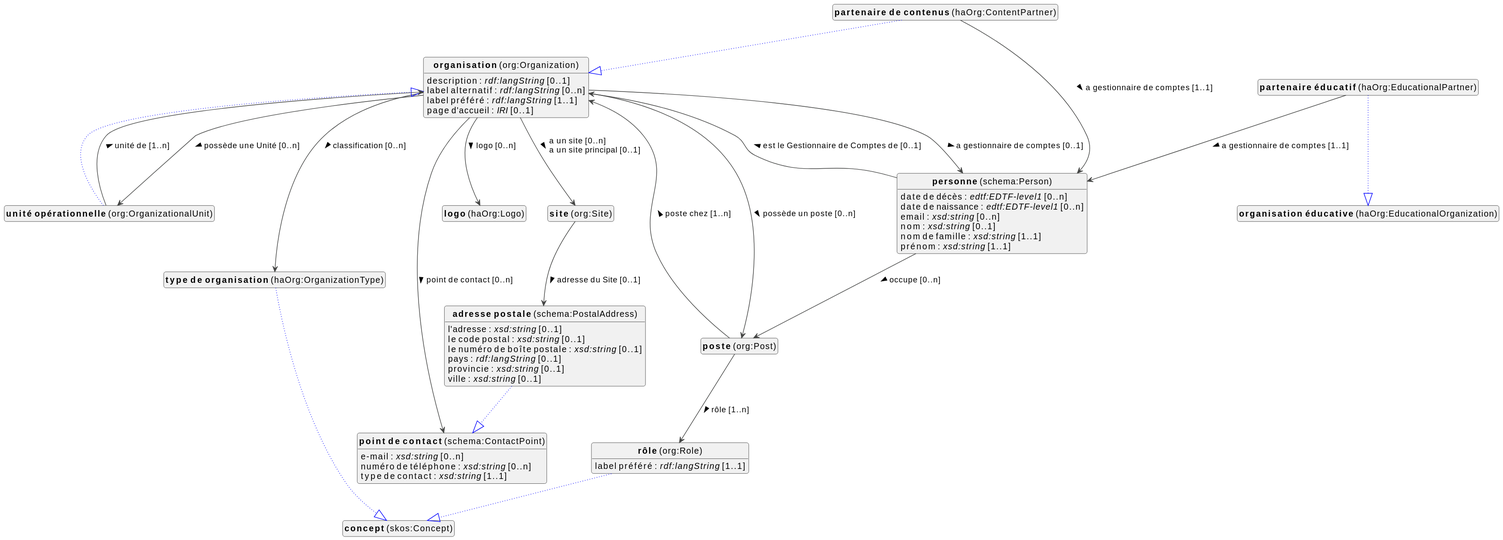
Before: docs/metadata/knowledge-graph/0.0.1/organization/fr/organization-diagram.svg, a diagram exported from PlantUML (viaacode/documentation-jekyll). Source of this version:
```plantuml
@startuml
!theme vibrant
skinparam classFontSize 14
!define LIGHTORANGE
skinparam componentStyle uml2
skinparam wrapMessageWidth 1000
skinparam wrapWidth 1000
skinparam shadowing false
skinparam ArrowMessageAlignment left
top to bottom direction


class "<b>adresse postale</b> (schema:PostalAddress)" as schema_PostalAddress [[#schema%3APostalAddress]]
class "<b>point de contact</b> (schema:ContactPoint)" as schema_ContactPoint [[#schema%3AContactPoint]]
class "<b>logo</b> (haOrg:Logo)" as haOrg_Logo [[#haOrg%3ALogo]]
class "<b>organisation</b> (org:Organization)" as org_Organization [[#org%3AOrganization]]
class "<b>partenaire de contenus</b> (haOrg:ContentPartner)" as haOrg_ContentPartner [[#haOrg%3AContentPartner]]
class "<b>organisation</b> (org:Organization)" as org_Organization [[#org%3AOrganization]]
class "<b>partenaire éducatif</b> (haOrg:EducationalPartner)" as haOrg_EducationalPartner [[#haOrg%3AEducationalPartner]]
class "<b>organisation éducative</b> (haOrg:EducationalOrganization)" as haOrg_EducationalOrganization [[#haOrg%3AEducationalOrganization]]
class "<b>personne</b> (schema:Person)" as schema_Person [[#schema%3APerson]]
class "<b>point de contact</b> (schema:ContactPoint)" as schema_ContactPoint [[#schema%3AContactPoint]]
class "<b>poste</b> (org:Post)" as org_Post [[#org%3APost]]
class "<b>rôle</b> (org:Role)" as org_Role [[#org%3ARole]]
class "<b>concept</b> (skos:Concept)" as skos_Concept [[#skos%3AConcept]]
class "<b>site</b> (org:Site)" as org_Site [[#org%3ASite]]
class "<b>type de organisation</b> (haOrg:OrganizationType)" as haOrg_OrganizationType [[#haOrg%3AOrganizationType]]
class "<b>concept</b> (skos:Concept)" as skos_Concept [[#skos%3AConcept]]
class "<b>unité opérationnelle</b> (org:OrganizationalUnit)" as org_OrganizationalUnit [[#org%3AOrganizationalUnit]]
class "<b>organisation</b> (org:Organization)" as org_Organization [[#org%3AOrganization]]

schema_PostalAddress --|> schema_ContactPoint #blue;line.dotted;text:blue

schema_PostalAddress : l'adresse : <i>xsd:string</i> [0..1]
schema_PostalAddress : le code postal : <i>xsd:string</i> [0..1]
schema_PostalAddress : le numéro de boîte postale : <i>xsd:string</i> [0..1]
schema_PostalAddress : pays : <i>rdf:langString</i> [0..1]
schema_PostalAddress : provincie : <i>xsd:string</i> [0..1]
schema_PostalAddress : ville : <i>xsd:string</i> [0..1]






org_Organization : description : <i>rdf:langString</i> [0..1]
org_Organization : label alternatif : <i>rdf:langString</i> [0..n]
org_Organization : label préféré : <i>rdf:langString</i> [1..1]
org_Organization : page d'accueil : <i>IRI</i> [0..1]

org_Organization --> haOrg_Logo :logo [0..n]  >
org_Organization --> haOrg_OrganizationType :classification [0..n]  >
org_Organization --> org_OrganizationalUnit :possède une Unité [0..n]  >
org_Organization --> org_Post :possède un poste [0..n]  >
org_Organization --> org_Site :a un site [0..n]  \la un site principal [0..1]  >

org_Organization --> schema_ContactPoint :point de contact [0..n]  >
org_Organization --> schema_Person :a gestionnaire de comptes [0..1]  >

haOrg_ContentPartner --|> org_Organization #blue;line.dotted;text:blue

haOrg_ContentPartner --> schema_Person :a gestionnaire de comptes [1..1]  >

haOrg_EducationalPartner --|> haOrg_EducationalOrganization #blue;line.dotted;text:blue

haOrg_EducationalPartner --> schema_Person :a gestionnaire de comptes [1..1]  >


schema_Person : date de décès : <i>edtf:EDTF-level1</i> [0..n]
schema_Person : date de naissance : <i>edtf:EDTF-level1</i> [0..n]
schema_Person : email : <i>xsd:string</i> [0..n]
schema_Person : nom : <i>xsd:string</i> [0..1]
schema_Person : nom de famille : <i>xsd:string</i> [1..1]
schema_Person : prénom : <i>xsd:string</i> [1..1]

schema_Person --> org_Organization :est le Gestionnaire de Comptes de [0..1]  >
schema_Person --> org_Post :occupe [0..n]  >



schema_ContactPoint : e-mail : <i>xsd:string</i> [0..n]
schema_ContactPoint : numéro de téléphone : <i>xsd:string</i> [0..n]
schema_ContactPoint : type de contact : <i>xsd:string</i> [1..1]



org_Post --> org_Organization :poste chez [1..n]  >
org_Post --> org_Role :rôle [1..n]  >

org_Role --|> skos_Concept #blue;line.dotted;text:blue

org_Role : label préféré : <i>rdf:langString</i> [1..1]



org_Site --> schema_PostalAddress :adresse du Site [0..1]  >

haOrg_OrganizationType --|> skos_Concept #blue;line.dotted;text:blue


org_OrganizationalUnit --|> org_Organization #blue;line.dotted;text:blue

org_OrganizationalUnit --> org_Organization :unité de [1..n]  >


hide circle
hide methods
hide empty members
@enduml
```
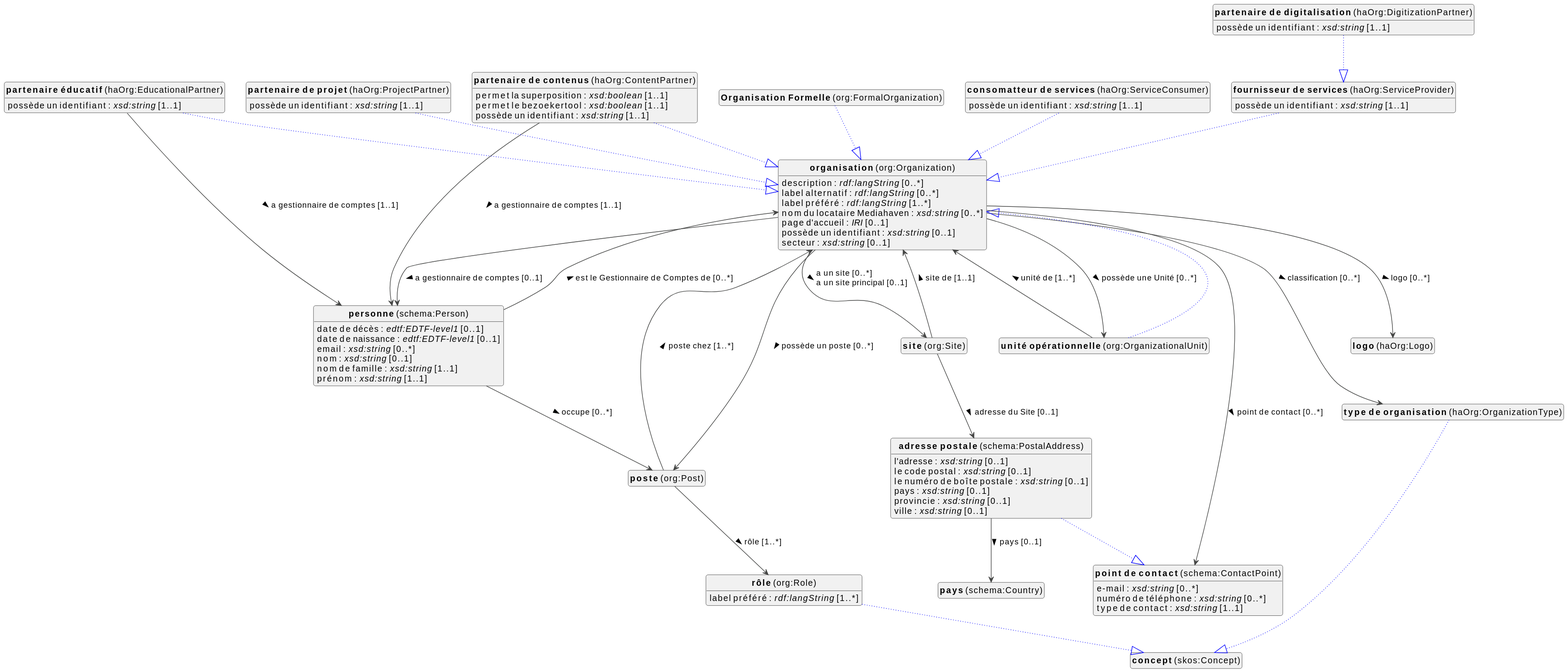
After the commit.

The edit, as a diff of the source:
```diff
@@ -10,14 +10,25 @@
 top to bottom direction
 
 
+class "<b>Organisation Formelle</b> (org:FormalOrganization)" as org_FormalOrganization [[#org%3AFormalOrganization]]
+class "<b>organisation</b> (org:Organization)" as org_Organization [[#org%3AOrganization]]
 class "<b>adresse postale</b> (schema:PostalAddress)" as schema_PostalAddress [[#schema%3APostalAddress]]
 class "<b>point de contact</b> (schema:ContactPoint)" as schema_ContactPoint [[#schema%3AContactPoint]]
+class "<b>consomatteur de services</b> (haOrg:ServiceConsumer)" as haOrg_ServiceConsumer [[#haOrg%3AServiceConsumer]]
+class "<b>organisation</b> (org:Organization)" as org_Organization [[#org%3AOrganization]]
+class "<b>fournisseur de services</b> (haOrg:ServiceProvider)" as haOrg_ServiceProvider [[#haOrg%3AServiceProvider]]
+class "<b>organisation</b> (org:Organization)" as org_Organization [[#org%3AOrganization]]
 class "<b>logo</b> (haOrg:Logo)" as haOrg_Logo [[#haOrg%3ALogo]]
 class "<b>organisation</b> (org:Organization)" as org_Organization [[#org%3AOrganization]]
 class "<b>partenaire de contenus</b> (haOrg:ContentPartner)" as haOrg_ContentPartner [[#haOrg%3AContentPartner]]
 class "<b>organisation</b> (org:Organization)" as org_Organization [[#org%3AOrganization]]
+class "<b>partenaire de digitalisation</b> (haOrg:DigitizationPartner)" as haOrg_DigitizationPartner [[#haOrg%3ADigitizationPartner]]
+class "<b>fournisseur de services</b> (haOrg:ServiceProvider)" as haOrg_ServiceProvider [[#haOrg%3AServiceProvider]]
+class "<b>partenaire de projet</b> (haOrg:ProjectPartner)" as haOrg_ProjectPartner [[#haOrg%3AProjectPartner]]
+class "<b>organisation</b> (org:Organization)" as org_Organization [[#org%3AOrganization]]
 class "<b>partenaire éducatif</b> (haOrg:EducationalPartner)" as haOrg_EducationalPartner [[#haOrg%3AEducationalPartner]]
-class "<b>organisation éducative</b> (haOrg:EducationalOrganization)" as haOrg_EducationalOrganization [[#haOrg%3AEducationalOrganization]]
+class "<b>organisation</b> (org:Organization)" as org_Organization [[#org%3AOrganization]]
+class "<b>pays</b> (schema:Country)" as schema_Country [[#schema%3ACountry]]
 class "<b>personne</b> (schema:Person)" as schema_Person [[#schema%3APerson]]
 class "<b>point de contact</b> (schema:ContactPoint)" as schema_ContactPoint [[#schema%3AContactPoint]]
 class "<b>poste</b> (org:Post)" as org_Post [[#org%3APost]]
@@ -29,70 +40,107 @@
 class "<b>unité opérationnelle</b> (org:OrganizationalUnit)" as org_OrganizationalUnit [[#org%3AOrganizationalUnit]]
 class "<b>organisation</b> (org:Organization)" as org_Organization [[#org%3AOrganization]]
 
+org_FormalOrganization --|> org_Organization #blue;line.dotted;text:blue
+
+
 schema_PostalAddress --|> schema_ContactPoint #blue;line.dotted;text:blue
 
 schema_PostalAddress : l'adresse : <i>xsd:string</i> [0..1]
 schema_PostalAddress : le code postal : <i>xsd:string</i> [0..1]
 schema_PostalAddress : le numéro de boîte postale : <i>xsd:string</i> [0..1]
-schema_PostalAddress : pays : <i>rdf:langString</i> [0..1]
+schema_PostalAddress : pays : <i>xsd:string</i> [0..1]
 schema_PostalAddress : provincie : <i>xsd:string</i> [0..1]
 schema_PostalAddress : ville : <i>xsd:string</i> [0..1]
+schema_PostalAddress --> schema_Country :pays [0..1]  >
+
+
+haOrg_ServiceConsumer --|> org_Organization #blue;line.dotted;text:blue
+
+haOrg_ServiceConsumer : possède un identifiant : <i>xsd:string</i> [1..1]
+
+
+haOrg_ServiceProvider --|> org_Organization #blue;line.dotted;text:blue
+
+haOrg_ServiceProvider : possède un identifiant : <i>xsd:string</i> [1..1]
 
 
 
 
 
+org_Organization : description : <i>rdf:langString</i> [0..*]
+org_Organization : label alternatif : <i>rdf:langString</i> [0..*]
+org_Organization : label préféré : <i>rdf:langString</i> [1..*]
+org_Organization : nom du locataire Mediahaven : <i>xsd:string</i> [0..*]
+org_Organization : page d'accueil : <i>IRI</i> [0..1]
+org_Organization : possède un identifiant : <i>xsd:string</i> [0..1]
+org_Organization : secteur : <i>xsd:string</i> [0..1]
 
-org_Organization : description : <i>rdf:langString</i> [0..1]
-org_Organization : label alternatif : <i>rdf:langString</i> [0..n]
-org_Organization : label préféré : <i>rdf:langString</i> [1..1]
-org_Organization : page d'accueil : <i>IRI</i> [0..1]
+org_Organization --> haOrg_Logo :logo [0..*]  >
+org_Organization --> haOrg_OrganizationType :classification [0..*]  >
+org_Organization --> org_OrganizationalUnit :possède une Unité [0..*]  >
+org_Organization --> org_Post :possède un poste [0..*]  >
+org_Organization --> org_Site :a un site [0..*]  \la un site principal [0..1]  >
 
-org_Organization --> haOrg_Logo :logo [0..n]  >
-org_Organization --> haOrg_OrganizationType :classification [0..n]  >
-org_Organization --> org_OrganizationalUnit :possède une Unité [0..n]  >
-org_Organization --> org_Post :possède un poste [0..n]  >
-org_Organization --> org_Site :a un site [0..n]  \la un site principal [0..1]  >
+org_Organization --> schema_ContactPoint :point de contact [0..*]  >
+org_Organization --> schema_Person :a gestionnaire de comptes [0..1]  >
 
-org_Organization --> schema_ContactPoint :point de contact [0..n]  >
-org_Organization --> schema_Person :a gestionnaire de comptes [0..1]  >
 
 haOrg_ContentPartner --|> org_Organization #blue;line.dotted;text:blue
 
+haOrg_ContentPartner : permet la superposition : <i>xsd:boolean</i> [1..1]
+haOrg_ContentPartner : permet le bezoekertool : <i>xsd:boolean</i> [1..1]
+haOrg_ContentPartner : possède un identifiant : <i>xsd:string</i> [1..1]
 haOrg_ContentPartner --> schema_Person :a gestionnaire de comptes [1..1]  >
 
-haOrg_EducationalPartner --|> haOrg_EducationalOrganization #blue;line.dotted;text:blue
 
+
+haOrg_DigitizationPartner --|> haOrg_ServiceProvider #blue;line.dotted;text:blue
+
+haOrg_DigitizationPartner : possède un identifiant : <i>xsd:string</i> [1..1]
+
+
+haOrg_ProjectPartner --|> org_Organization #blue;line.dotted;text:blue
+
+haOrg_ProjectPartner : possède un identifiant : <i>xsd:string</i> [1..1]
+
+
+haOrg_EducationalPartner --|> org_Organization #blue;line.dotted;text:blue
+
+haOrg_EducationalPartner : possède un identifiant : <i>xsd:string</i> [1..1]
 haOrg_EducationalPartner --> schema_Person :a gestionnaire de comptes [1..1]  >
 
 
-schema_Person : date de décès : <i>edtf:EDTF-level1</i> [0..n]
-schema_Person : date de naissance : <i>edtf:EDTF-level1</i> [0..n]
-schema_Person : email : <i>xsd:string</i> [0..n]
+
+
+
+schema_Person : date de décès : <i>edtf:EDTF-level1</i> [0..1]
+schema_Person : date de naissance : <i>edtf:EDTF-level1</i> [0..1]
+schema_Person : email : <i>xsd:string</i> [0..*]
 schema_Person : nom : <i>xsd:string</i> [0..1]
 schema_Person : nom de famille : <i>xsd:string</i> [1..1]
 schema_Person : prénom : <i>xsd:string</i> [1..1]
 
-schema_Person --> org_Organization :est le Gestionnaire de Comptes de [0..1]  >
-schema_Person --> org_Post :occupe [0..n]  >
+schema_Person --> org_Organization :est le Gestionnaire de Comptes de [0..*]  >
+schema_Person --> org_Post :occupe [0..*]  >
 
 
 
-schema_ContactPoint : e-mail : <i>xsd:string</i> [0..n]
-schema_ContactPoint : numéro de téléphone : <i>xsd:string</i> [0..n]
+schema_ContactPoint : e-mail : <i>xsd:string</i> [0..*]
+schema_ContactPoint : numéro de téléphone : <i>xsd:string</i> [0..*]
 schema_ContactPoint : type de contact : <i>xsd:string</i> [1..1]
 
 
 
-org_Post --> org_Organization :poste chez [1..n]  >
-org_Post --> org_Role :rôle [1..n]  >
+org_Post --> org_Organization :poste chez [1..*]  >
+org_Post --> org_Role :rôle [1..*]  >
 
 org_Role --|> skos_Concept #blue;line.dotted;text:blue
 
-org_Role : label préféré : <i>rdf:langString</i> [1..1]
+org_Role : label préféré : <i>rdf:langString</i> [1..*]
 
 
 
+org_Site --> org_Organization :site de [1..1]  >
 org_Site --> schema_PostalAddress :adresse du Site [0..1]  >
 
 haOrg_OrganizationType --|> skos_Concept #blue;line.dotted;text:blue
@@ -100,7 +148,7 @@
 
 org_OrganizationalUnit --|> org_Organization #blue;line.dotted;text:blue
 
-org_OrganizationalUnit --> org_Organization :unité de [1..n]  >
+org_OrganizationalUnit --> org_Organization :unité de [1..*]  >
 
 
 hide circle
```
